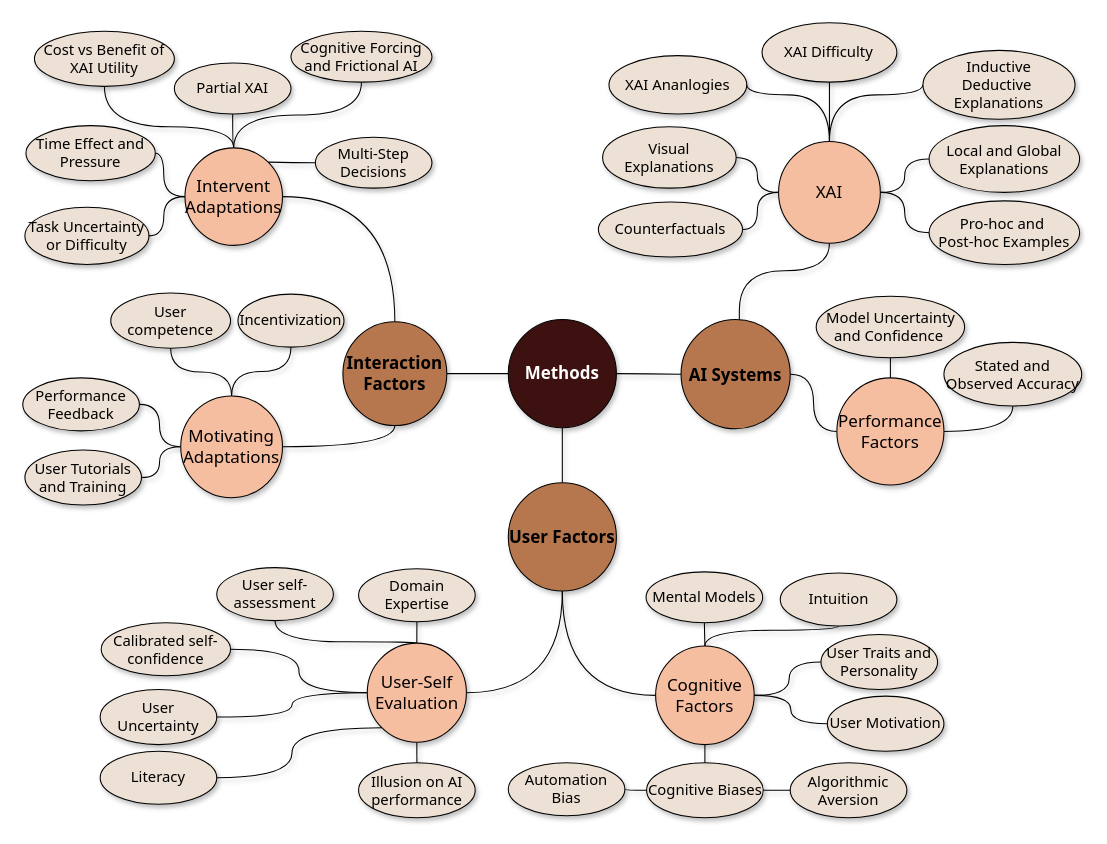
Above: ext/chi-rev-method-overview.drawio in raeeschaudhary/Coursera_Exams (draw.io), before the change. Source tidied: cells renumbered, new cells numbered last; positions are measured from the earlier drawing's top-left corner, leaving out a move shared by most shapes. Both pictures are drawn from the tidied source at 106%, with x=0, y=0 at pixel (22, 22).
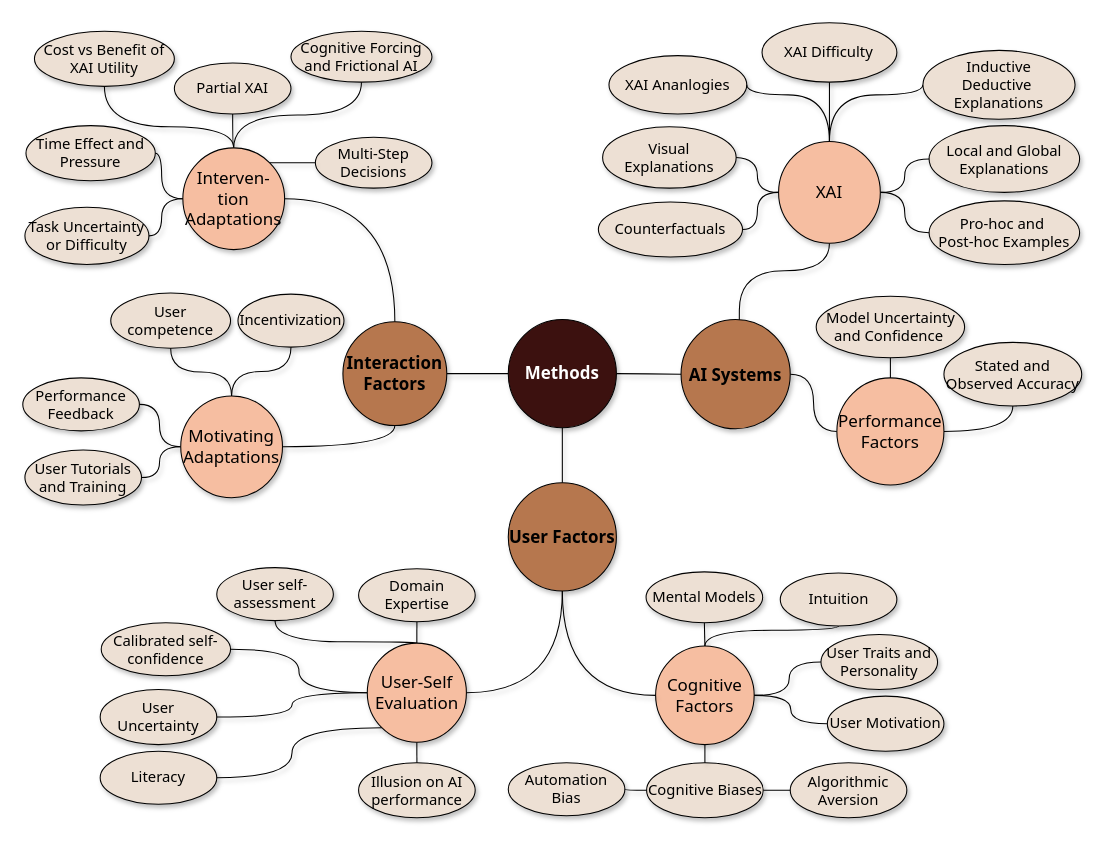
After the change.

The edit, as a diff of the source:
```diff
@@
-    <mxCell id="62" value="Intervent Adaptations" style="ellipse;whiteSpace=wrap;html=1;fontFamily=Tahoma;fontSize=16;fillColor=light-dark(#F6BEA1,#A3B18A);shadow=1;" parent="1" vertex="1">
-      <mxGeometry x="153" y="118" width="92" height="92" as="geometry" />
+    <mxCell id="62" value="Interven-&lt;div&gt;tion Adaptations&lt;/div&gt;" style="ellipse;whiteSpace=wrap;html=1;fontFamily=Tahoma;fontSize=16;fillColor=light-dark(#F6BEA1,#A3B18A);shadow=1;" parent="1" vertex="1">
+      <mxGeometry x="151" y="118" width="96" height="96" as="geometry" />
     </mxCell>
```
